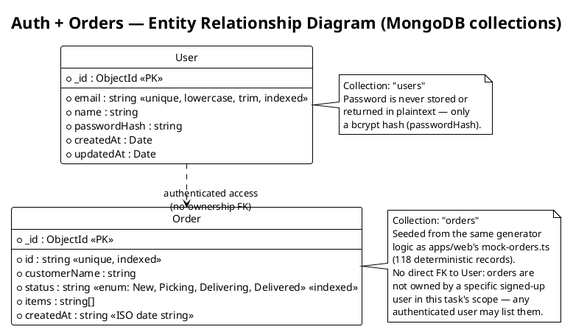
The PlantUML diagram specs/Auth/ER-diagram.png in 1Mouse/easy-generator-task, before a commit. Source of this version:
```plantuml
@startuml ER-diagram
!theme plain
title Auth + Orders — Entity Relationship Diagram (MongoDB collections)

hide circle
skinparam linetype ortho

entity "User" as user {
  * _id : ObjectId <<PK>>
  --
  * email : string <<unique, lowercase, trim, indexed>>
  * name : string
  * passwordHash : string
  * createdAt : Date
  * updatedAt : Date
}

entity "Order" as order {
  * _id : ObjectId <<PK>>
  --
  * id : string <<unique, indexed>>
  * customerName : string
  * status : string <<enum: New, Picking, Delivering, Delivered>> <<indexed>>
  * items : string[]
  * createdAt : string <<ISO date string>>
}

note right of user
  Collection: "users"
  Password is never stored or
  returned in plaintext — only
  a bcrypt hash (passwordHash).
end note

note right of order
  Collection: "orders"
  Seeded from the same generator
  logic as apps/web's mock-orders.ts
  (118 deterministic records).
  No direct FK to User: orders are
  not owned by a specific signed-up
  user in this task's scope — any
  authenticated user may list them.
end note

user ..> order : "authenticated access\n(no ownership FK)"

@enduml
```
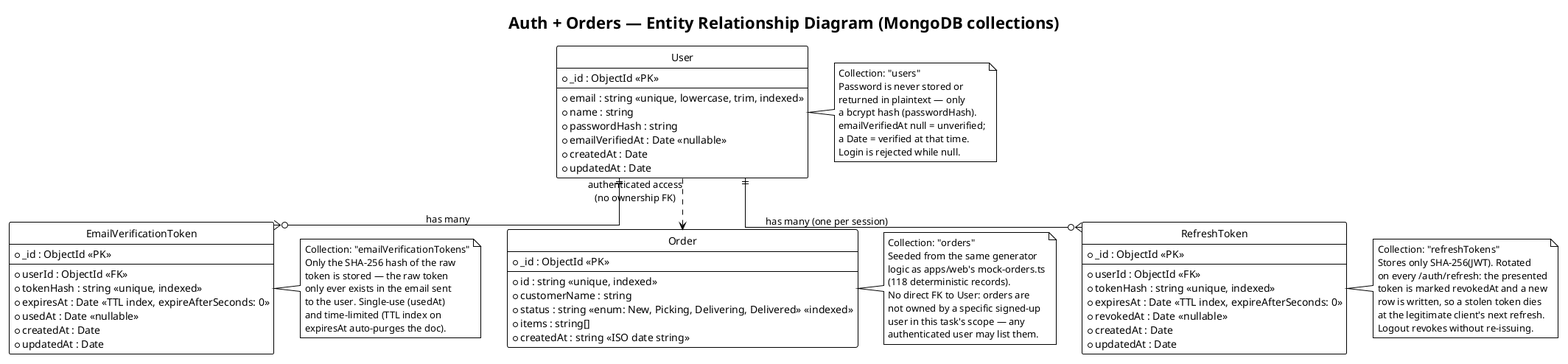
Later version of the same file.

The edit, as a diff of the source:
```diff
@@ -11,6 +11,29 @@
   * email : string <<unique, lowercase, trim, indexed>>
   * name : string
   * passwordHash : string
+  * emailVerifiedAt : Date <<nullable>>
+  * createdAt : Date
+  * updatedAt : Date
+}
+
+entity "RefreshToken" as rt {
+  * _id : ObjectId <<PK>>
+  --
+  * userId : ObjectId <<FK>>
+  * tokenHash : string <<unique, indexed>>
+  * expiresAt : Date <<TTL index, expireAfterSeconds: 0>>
+  * revokedAt : Date <<nullable>>
+  * createdAt : Date
+  * updatedAt : Date
+}
+
+entity "EmailVerificationToken" as evt {
+  * _id : ObjectId <<PK>>
+  --
+  * userId : ObjectId <<FK>>
+  * tokenHash : string <<unique, indexed>>
+  * expiresAt : Date <<TTL index, expireAfterSeconds: 0>>
+  * usedAt : Date <<nullable>>
   * createdAt : Date
   * updatedAt : Date
 }
@@ -30,6 +53,19 @@
   Password is never stored or
   returned in plaintext — only
   a bcrypt hash (passwordHash).
+  emailVerifiedAt null = unverified;
+  a Date = verified at that time.
+  Login is rejected while null.
+end note
+
+note right of evt
+  Collection: "emailVerificationTokens"
+  Only the SHA-256 hash of the raw
+  token is stored — the raw token
+  only ever exists in the email sent
+  to the user. Single-use (usedAt)
+  and time-limited (TTL index on
+  expiresAt auto-purges the doc).
 end note
 
 note right of order
@@ -43,6 +79,18 @@
   authenticated user may list them.
 end note
 
+note right of rt
+  Collection: "refreshTokens"
+  Stores only SHA-256(JWT). Rotated
+  on every /auth/refresh: the presented
+  token is marked revokedAt and a new
+  row is written, so a stolen token dies
+  at the legitimate client's next refresh.
+  Logout revokes without re-issuing.
+end note
+
 user ..> order : "authenticated access\n(no ownership FK)"
+user ||--o{ evt : "has many"
+user ||--o{ rt : "has many (one per session)"
 
 @enduml
```
